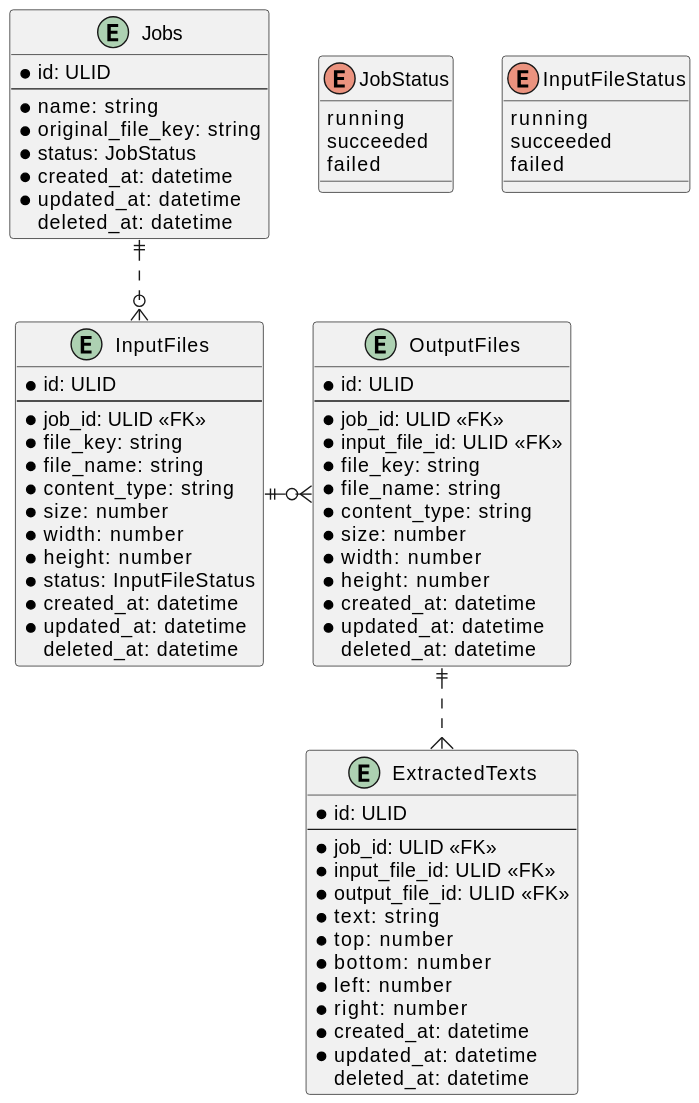
ijufumi/google-vision-sample keeps this PlantUML diagram as docs/tables.svg. Above is the earlier version.
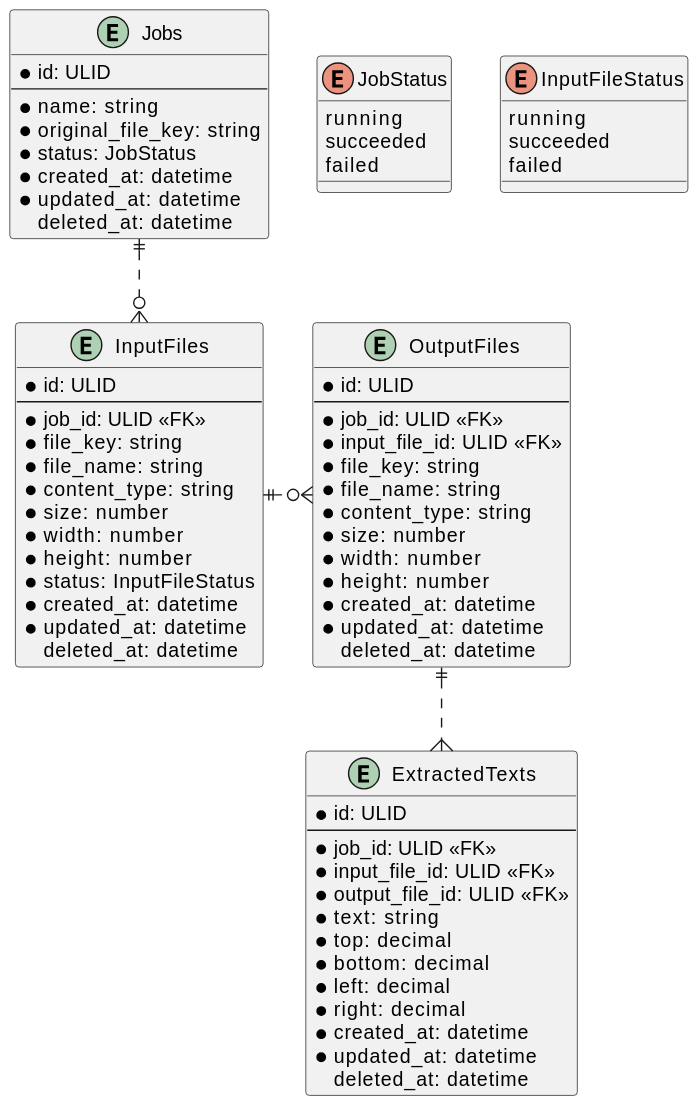
After the change.

What changed in the source:
```diff
@@ -61,10 +61,10 @@
   * input_file_id: ULID <<FK>>
   * output_file_id: ULID <<FK>>
   * text: string
-  * top: number
-  * bottom: number
-  * left: number
-  * right: number
+  * top: decimal
+  * bottom: decimal
+  * left: decimal
+  * right: decimal
   * created_at: datetime
   * updated_at: datetime
     deleted_at: datetime
```
